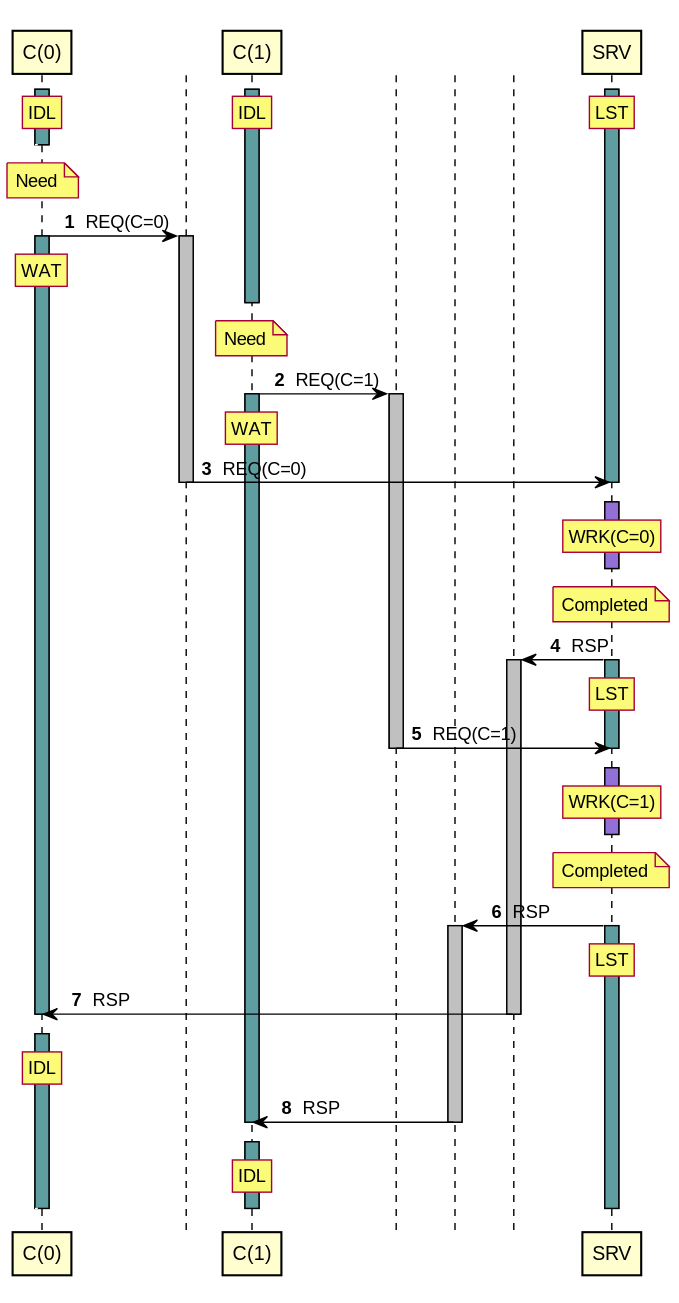
Above: tests/expected/test_clients_server/sequence.svg in orenbenkiki/total-space (PlantUML), before the change.
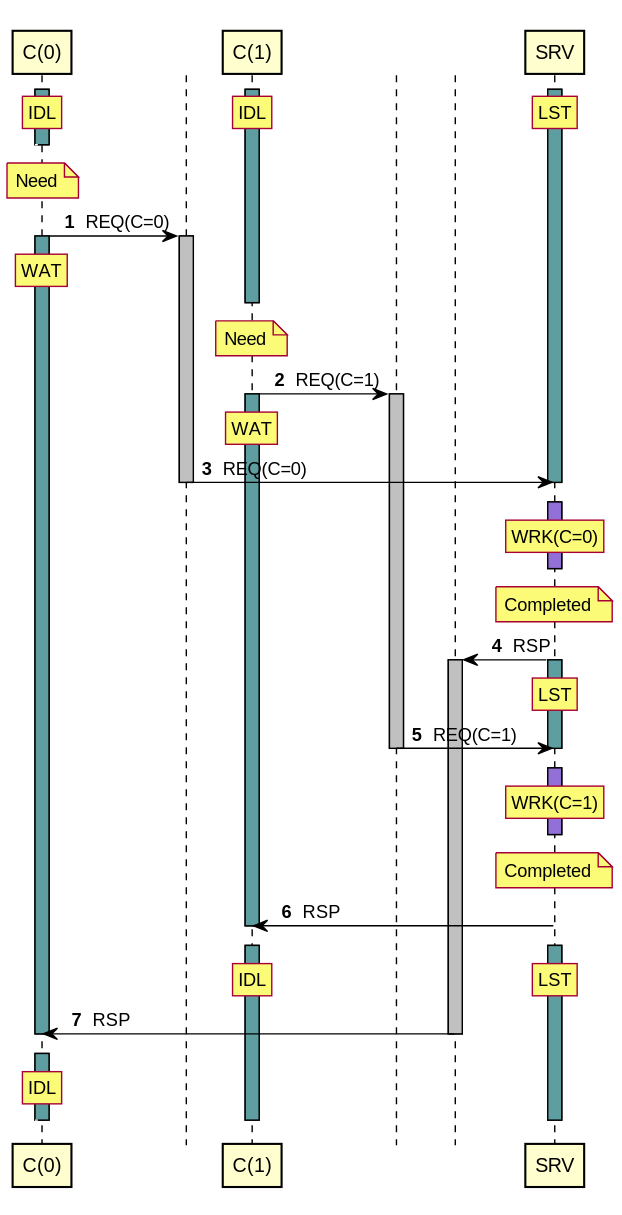
After the commit.

Commit message:
Further fix sequence diagrams. Hopefully.

The edit, as a diff of the source:
```diff
@@ -70,11 +70,15 @@
 autonumber resume
 deactivate A2
 note over A2 : Completed
-control " " as T3 order 10298
-A2 -> T3 : RSP
-activate T3 #Silver
+A2 -> A1 : RSP
+deactivate A1
+autonumber stop
+[<[#White]-- A0
+autonumber resume
 activate A2 #CadetBlue
+activate A1 #CadetBlue
 rnote over A2 : LST
+/ rnote over A1 : IDL
 T2 -> A0 : RSP
 deactivate T2
 deactivate A0
@@ -83,14 +87,6 @@
 autonumber resume
 activate A0 #CadetBlue
 rnote over A0 : IDL
-T3 -> A1 : RSP
-deactivate T3
-deactivate A1
-autonumber stop
-[<[#White]-- A0
-autonumber resume
-activate A1 #CadetBlue
-rnote over A1 : IDL
 autonumber stop
 [<[#White]-- A0
 autonumber resume
```
